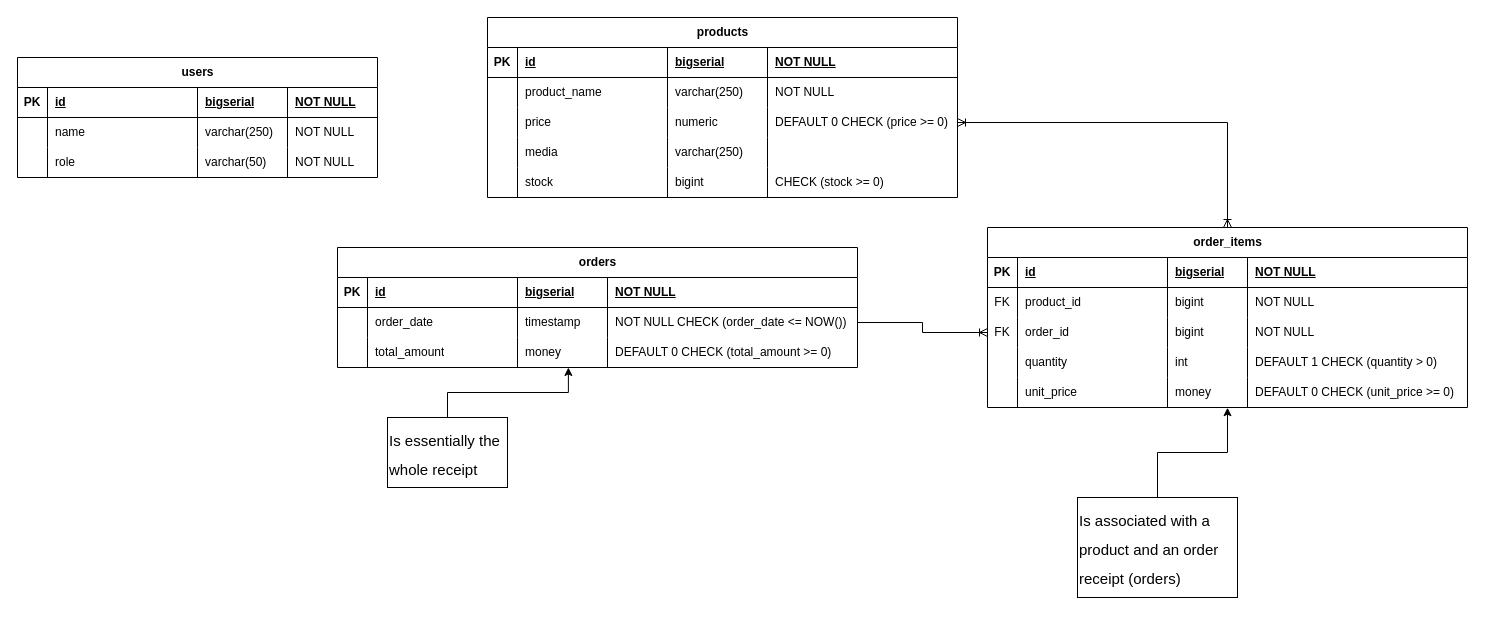
The draw.io diagram docs/diagrams/Entity-Relationship-Diagram.drawio in Scrappyz/Sari-Sari, before the edit. Source tidied: cells renumbered, new cells numbered last; positions are measured from the earlier drawing's top-left corner, leaving out a move shared by most shapes. Both pictures are drawn from the tidied source at 100%, with x=0, y=0 at pixel (17, 17).
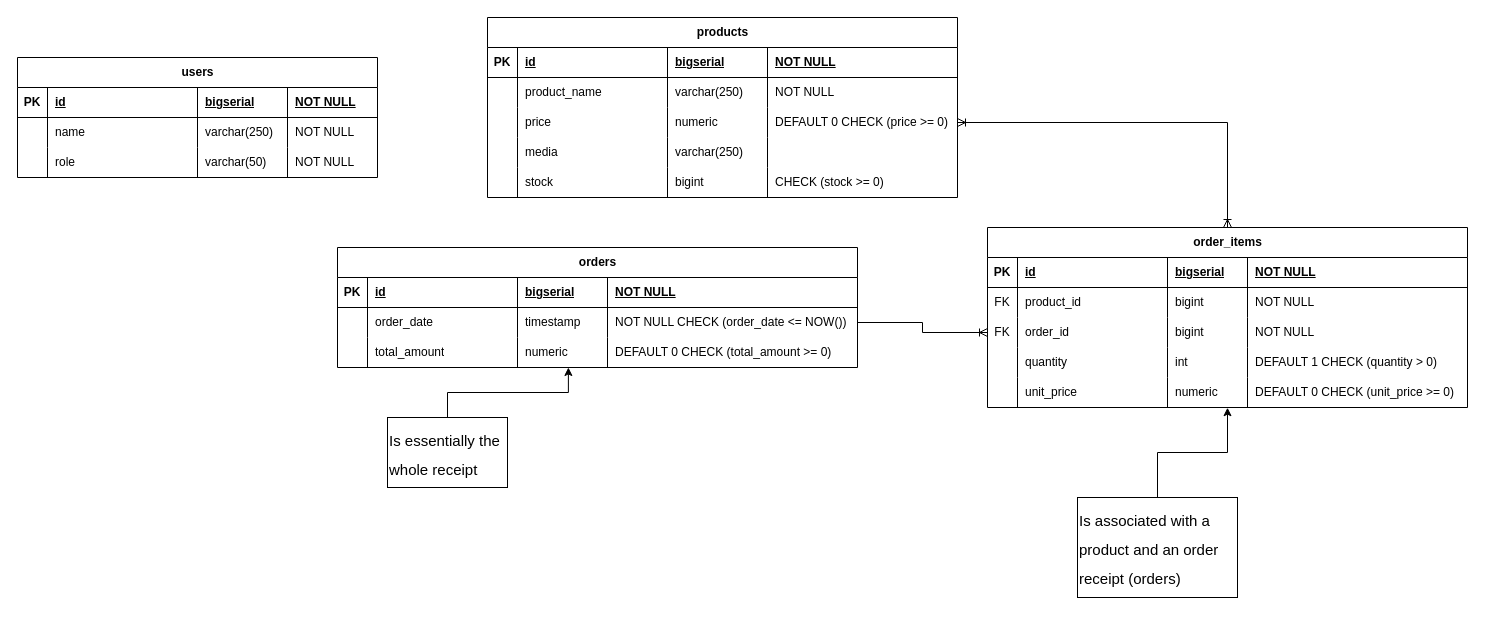
The same page after the edit.

Commit message:
Updated data types

The change refers to these unchanged cells:
```xml
<mxCell id="40" style="shape=tableRow;horizontal=0;startSize=0;swimlaneHead=0;swimlaneBody=0;fillColor=none;points=[[0,0.5],[1,0.5]];portConstraint=eastwest;top=0;left=0;right=0;bottom=0;" parent="29" vertex="1">
  <mxGeometry y="90" width="520" height="30" as="geometry" />
</mxCell>
<mxCell id="66" style="shape=tableRow;horizontal=0;startSize=0;swimlaneHead=0;swimlaneBody=0;fillColor=none;points=[[0,0.5],[1,0.5]];portConstraint=eastwest;top=0;left=0;right=0;bottom=0;" parent="45" vertex="1">
  <mxGeometry y="150" width="480" height="30" as="geometry" />
</mxCell>
```

Change to the diagram source:
```diff
@@
-    <mxCell id="43" value="money" style="shape=partialRectangle;fillColor=none;top=0;left=0;bottom=0;right=0;align=left;spacingLeft=6;overflow=hidden;whiteSpace=wrap;html=1;" parent="40" vertex="1">
+    <mxCell id="43" value="numeric" style="shape=partialRectangle;fillColor=none;top=0;left=0;bottom=0;right=0;align=left;spacingLeft=6;overflow=hidden;whiteSpace=wrap;html=1;" parent="40" vertex="1">
       <mxGeometry x="180" width="90" height="30" as="geometry" />
     </mxCell>
@@
-    <mxCell id="69" value="money" style="shape=partialRectangle;fillColor=none;top=0;left=0;bottom=0;right=0;align=left;spacingLeft=6;overflow=hidden;whiteSpace=wrap;html=1;" parent="66" vertex="1">
+    <mxCell id="69" value="numeric" style="shape=partialRectangle;fillColor=none;top=0;left=0;bottom=0;right=0;align=left;spacingLeft=6;overflow=hidden;whiteSpace=wrap;html=1;" parent="66" vertex="1">
       <mxGeometry x="180" width="80" height="30" as="geometry" />
     </mxCell>
```
